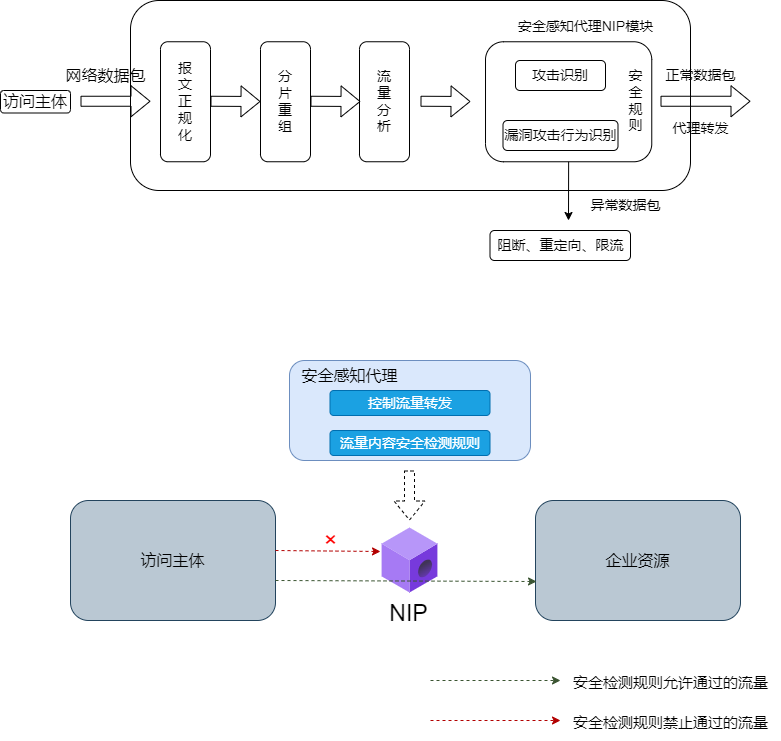
Earlier version of the draw.io export testDirectory/虚拟补丁.drawio.png (Moose1273/-). Source tidied: cells renumbered, new cells last; positions are measured from the earlier drawing's top-left corner, leaving out a move shared by most shapes. Its diagram source:
```xml
<mxGraphModel>
  <root>
    <mxCell id="0" />
    <mxCell id="1" parent="0" />
    <mxCell id="2" style="rounded=1;whiteSpace=wrap;html=1;" parent="1" vertex="1">
      <mxGeometry x="130" width="560" height="190" as="geometry" />
    </mxCell>
    <mxCell id="3" value="&lt;font style=&quot;font-size: 14px;&quot;&gt;报&lt;br&gt;文&lt;br&gt;正&lt;br&gt;规&lt;br&gt;化&lt;/font&gt;" style="rounded=1;whiteSpace=wrap;html=1;rotation=0;direction=north;" parent="1" vertex="1">
      <mxGeometry x="160" y="41.2" width="50" height="120" as="geometry" />
    </mxCell>
    <mxCell id="4" style="rounded=1;whiteSpace=wrap;html=1;rotation=90;" parent="1" vertex="1">
      <mxGeometry x="508.1" y="18.1" width="120" height="166.2" as="geometry" />
    </mxCell>
    <mxCell id="5" value="&lt;font style=&quot;font-size: 16px;&quot;&gt;访问主体&lt;/font&gt;" style="rounded=1;whiteSpace=wrap;html=1;" parent="1" vertex="1">
      <mxGeometry y="90" width="70" height="22.5" as="geometry" />
    </mxCell>
    <mxCell id="6" style="shape=flexArrow;endArrow=classic;html=1;rounded=0;fontSize=16;" parent="1" edge="1">
      <mxGeometry relative="1" as="geometry">
        <mxPoint x="80" y="100.8" as="sourcePoint" />
        <mxPoint x="150" y="100.8" as="targetPoint" />
      </mxGeometry>
    </mxCell>
    <mxCell id="7" value="网络数据包" style="text;html=1;align=center;verticalAlign=middle;strokeColor=none;fillColor=none;fontSize=16;" parent="1" vertex="1">
      <mxGeometry x="55" y="60" width="100" height="30" as="geometry" />
    </mxCell>
    <mxCell id="8" value="&lt;span style=&quot;font-size: 14px;&quot;&gt;分&lt;br&gt;片&lt;br&gt;重&lt;br&gt;组&lt;/span&gt;" style="rounded=1;whiteSpace=wrap;html=1;rotation=0;direction=north;" parent="1" vertex="1">
      <mxGeometry x="260" y="41.2" width="50" height="120" as="geometry" />
    </mxCell>
    <mxCell id="9" value="&lt;span style=&quot;font-size: 14px;&quot;&gt;流&lt;br&gt;量&lt;br&gt;分&lt;br&gt;析&lt;/span&gt;" style="rounded=1;whiteSpace=wrap;html=1;rotation=0;direction=north;" parent="1" vertex="1">
      <mxGeometry x="359" y="41.2" width="50" height="120" as="geometry" />
    </mxCell>
    <mxCell id="10" style="shape=flexArrow;endArrow=classic;html=1;rounded=0;fontSize=16;" parent="1" edge="1">
      <mxGeometry relative="1" as="geometry">
        <mxPoint x="210" y="100.8" as="sourcePoint" />
        <mxPoint x="260" y="101" as="targetPoint" />
      </mxGeometry>
    </mxCell>
    <mxCell id="11" style="shape=flexArrow;endArrow=classic;html=1;rounded=0;fontSize=16;" parent="1" edge="1">
      <mxGeometry relative="1" as="geometry">
        <mxPoint x="310" y="100.8" as="sourcePoint" />
        <mxPoint x="360" y="101" as="targetPoint" />
      </mxGeometry>
    </mxCell>
    <mxCell id="12" style="shape=flexArrow;endArrow=classic;html=1;rounded=0;fontSize=16;" parent="1" edge="1">
      <mxGeometry relative="1" as="geometry">
        <mxPoint x="420" y="100.8" as="sourcePoint" />
        <mxPoint x="470" y="101" as="targetPoint" />
      </mxGeometry>
    </mxCell>
    <mxCell id="13" value="攻击识别" style="rounded=1;whiteSpace=wrap;html=1;fontSize=14;" parent="1" vertex="1">
      <mxGeometry x="515" y="60" width="90" height="30" as="geometry" />
    </mxCell>
    <mxCell id="14" value="漏洞攻击行为识别" style="rounded=1;whiteSpace=wrap;html=1;fontSize=14;" parent="1" vertex="1">
      <mxGeometry x="502.5" y="120" width="115" height="30" as="geometry" />
    </mxCell>
    <mxCell id="15" style="endArrow=classic;html=1;rounded=0;fontSize=14;exitX=1;exitY=0.5;exitDx=0;exitDy=0;" parent="1" edge="1" source="4">
      <mxGeometry relative="1" as="geometry">
        <mxPoint x="568" y="220" as="targetPoint" />
      </mxGeometry>
    </mxCell>
    <mxCell id="16" value="安全感知代理NIP模块" style="text;html=1;align=center;verticalAlign=middle;strokeColor=none;fillColor=none;fontSize=14;" parent="1" vertex="1">
      <mxGeometry x="504.5" y="11.2" width="160" height="30" as="geometry" />
    </mxCell>
    <mxCell id="17" value="阻断、重定向、限流" style="rounded=1;whiteSpace=wrap;html=1;fontSize=14;" parent="1" vertex="1">
      <mxGeometry x="489.5" y="230" width="140.5" height="30" as="geometry" />
    </mxCell>
    <mxCell id="18" style="shape=flexArrow;endArrow=classic;html=1;rounded=0;fontSize=14;" parent="1" edge="1">
      <mxGeometry relative="1" as="geometry">
        <mxPoint x="660" y="100.8" as="sourcePoint" />
        <mxPoint x="750" y="100.8" as="targetPoint" />
      </mxGeometry>
    </mxCell>
    <mxCell id="19" value="代理转发" style="text;html=1;align=center;verticalAlign=middle;strokeColor=none;fillColor=none;fontSize=14;" parent="1" vertex="1">
      <mxGeometry x="660" y="112.5" width="80" height="30" as="geometry" />
    </mxCell>
    <mxCell id="20" value="正常数据包" style="text;html=1;align=center;verticalAlign=middle;strokeColor=none;fillColor=none;fontSize=14;" parent="1" vertex="1">
      <mxGeometry x="655" y="60" width="90" height="30" as="geometry" />
    </mxCell>
    <mxCell id="21" value="安&lt;br&gt;全&lt;br&gt;规&lt;br&gt;则" style="text;html=1;align=center;verticalAlign=middle;strokeColor=none;fillColor=none;fontSize=14;" parent="1" vertex="1">
      <mxGeometry x="615" y="60" width="40" height="80" as="geometry" />
    </mxCell>
    <mxCell id="22" style="rounded=1;whiteSpace=wrap;html=1;fontSize=14;fillColor=#dae8fc;strokeColor=#6c8ebf;" parent="1" vertex="1">
      <mxGeometry x="289" y="360" width="241" height="100" as="geometry" />
    </mxCell>
    <mxCell id="23" value="流量内容安全检测规则" style="rounded=1;whiteSpace=wrap;html=1;fontSize=14;fillColor=#1ba1e2;fontColor=#ffffff;strokeColor=#006EAF;" parent="1" vertex="1">
      <mxGeometry x="329.5" y="430" width="160" height="25" as="geometry" />
    </mxCell>
    <mxCell id="24" value="控制流量转发" style="rounded=1;whiteSpace=wrap;html=1;fontSize=14;fillColor=#1ba1e2;fontColor=#ffffff;strokeColor=#006EAF;" parent="1" vertex="1">
      <mxGeometry x="329.5" y="390" width="160" height="25" as="geometry" />
    </mxCell>
    <mxCell id="25" value="&lt;font style=&quot;font-size: 16px;&quot;&gt;安全感知代理&lt;/font&gt;" style="text;html=1;align=center;verticalAlign=middle;strokeColor=none;fillColor=none;fontSize=14;" parent="1" vertex="1">
      <mxGeometry x="289" y="360" width="120" height="30" as="geometry" />
    </mxCell>
    <mxCell id="26" value="访问主体" style="rounded=1;whiteSpace=wrap;html=1;fontSize=16;fillColor=#bac8d3;strokeColor=#23445d;" parent="1" vertex="1">
      <mxGeometry x="70" y="500" width="205" height="120" as="geometry" />
    </mxCell>
    <mxCell id="27" value="企业资源" style="rounded=1;whiteSpace=wrap;html=1;fontSize=16;fillColor=#bac8d3;strokeColor=#23445d;" parent="1" vertex="1">
      <mxGeometry x="535" y="500" width="205" height="120" as="geometry" />
    </mxCell>
    <mxCell id="28" style="html=1;align=center;image;fontSize=12;image=img/lib/azure2/blockchain/ABS_Member.svg;" parent="1" vertex="1">
      <mxGeometry x="381.5" y="527.5" width="56" height="65" as="geometry" />
    </mxCell>
    <mxCell id="29" style="endArrow=classic;html=1;rounded=0;fontSize=16;exitX=0.732;exitY=0.833;exitDx=0;exitDy=0;exitPerimeter=0;entryX=0.005;entryY=0.675;entryDx=0;entryDy=0;entryPerimeter=0;dashed=1;fillColor=#6d8764;strokeColor=#3A5431;" parent="1" edge="1" target="27">
      <mxGeometry relative="1" as="geometry">
        <mxPoint x="275" y="580" as="sourcePoint" />
      </mxGeometry>
    </mxCell>
    <mxCell id="30" style="endArrow=classic;html=1;rounded=0;fontSize=16;exitX=0.732;exitY=0.833;exitDx=0;exitDy=0;exitPerimeter=0;dashed=1;fillColor=#e51400;strokeColor=#B20000;" parent="1" edge="1">
      <mxGeometry relative="1" as="geometry">
        <mxPoint x="275" y="550" as="sourcePoint" />
        <mxPoint x="380" y="551" as="targetPoint" />
      </mxGeometry>
    </mxCell>
    <mxCell id="31" value="&lt;font color=&quot;#ff0000&quot; style=&quot;font-size: 23px;&quot;&gt;×&lt;/font&gt;" style="text;html=1;align=center;verticalAlign=middle;strokeColor=none;fillColor=none;fontSize=16;" parent="1" vertex="1">
      <mxGeometry x="310" y="520" width="40" height="40" as="geometry" />
    </mxCell>
    <mxCell id="32" value="&lt;font color=&quot;#000000&quot;&gt;NIP&lt;/font&gt;" style="text;html=1;align=center;verticalAlign=middle;strokeColor=none;fillColor=none;fontSize=23;fontColor=#FF0000;" parent="1" vertex="1">
      <mxGeometry x="377.5" y="592.5" width="60" height="40" as="geometry" />
    </mxCell>
    <mxCell id="33" style="shape=flexArrow;endArrow=classic;html=1;rounded=0;dashed=1;fontSize=23;fontColor=#000000;" parent="1" edge="1">
      <mxGeometry x="-0.6" y="10" relative="1" as="geometry">
        <mxPoint x="409" y="470" as="sourcePoint" />
        <mxPoint x="409" y="520" as="targetPoint" />
      </mxGeometry>
    </mxCell>
    <mxCell id="34" style="endArrow=classic;html=1;rounded=0;fontSize=16;exitX=0.732;exitY=0.833;exitDx=0;exitDy=0;exitPerimeter=0;dashed=1;fillColor=#6d8764;strokeColor=#3A5431;" parent="1" edge="1">
      <mxGeometry relative="1" as="geometry">
        <mxPoint x="430" y="680" as="sourcePoint" />
        <mxPoint x="560" y="680" as="targetPoint" />
      </mxGeometry>
    </mxCell>
    <mxCell id="35" style="endArrow=classic;html=1;rounded=0;fontSize=16;exitX=0.732;exitY=0.833;exitDx=0;exitDy=0;exitPerimeter=0;dashed=1;fillColor=#e51400;strokeColor=#B20000;" parent="1" edge="1">
      <mxGeometry relative="1" as="geometry">
        <mxPoint x="430" y="720" as="sourcePoint" />
        <mxPoint x="560" y="720" as="targetPoint" />
      </mxGeometry>
    </mxCell>
    <mxCell id="36" value="&lt;font style=&quot;font-size: 15px;&quot;&gt;安全检测规则允许通过的流量&lt;/font&gt;" style="text;html=1;align=center;verticalAlign=middle;strokeColor=none;fillColor=none;fontSize=23;fontColor=#000000;" parent="1" vertex="1">
      <mxGeometry x="560" y="660" width="220" height="40" as="geometry" />
    </mxCell>
    <mxCell id="37" value="&lt;font style=&quot;font-size: 15px;&quot;&gt;安全检测规则禁止通过的流量&lt;/font&gt;" style="text;html=1;align=center;verticalAlign=middle;strokeColor=none;fillColor=none;fontSize=23;fontColor=#000000;" parent="1" vertex="1">
      <mxGeometry x="560" y="700" width="220" height="40" as="geometry" />
    </mxCell>
    <mxCell id="38" value="异常数据包" style="text;html=1;align=center;verticalAlign=middle;strokeColor=none;fillColor=none;fontSize=14;" parent="1" vertex="1">
      <mxGeometry x="580" y="190" width="90" height="30" as="geometry" />
    </mxCell>
  </root>
</mxGraphModel>
```
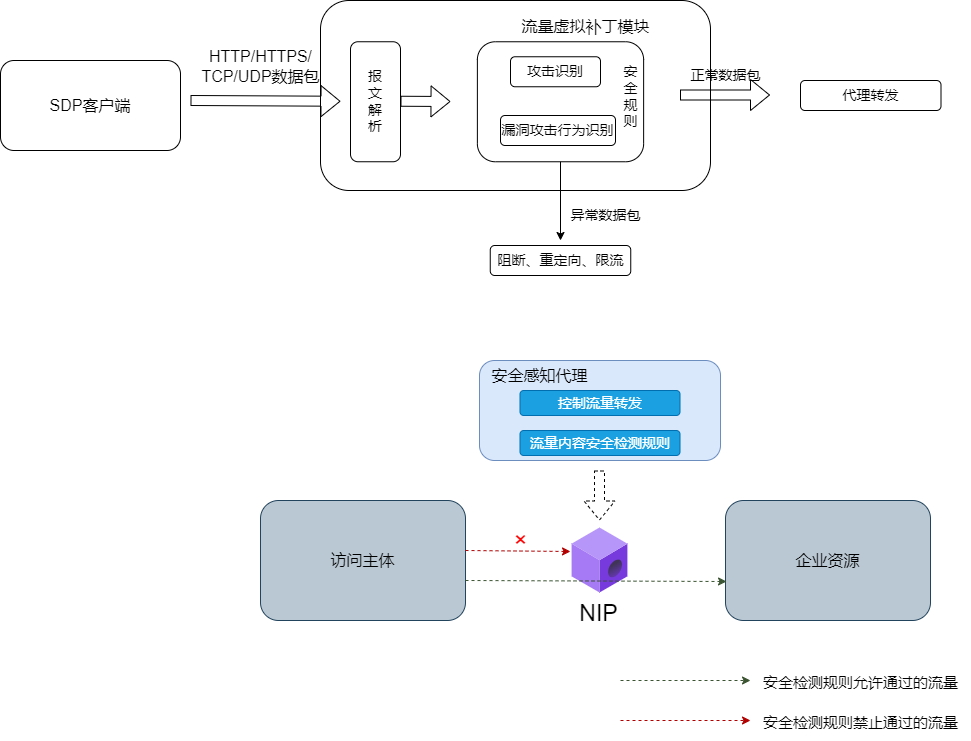
The same diagram one commit later.

Commit message:
更新虚拟补丁.drawio.png

Change to the diagram source:
```diff
@@ -3,81 +3,60 @@
     <mxCell id="0" />
     <mxCell id="1" parent="0" />
     <mxCell id="2" style="rounded=1;whiteSpace=wrap;html=1;" parent="1" vertex="1">
-      <mxGeometry x="130" width="560" height="190" as="geometry" />
+      <mxGeometry x="130" width="390" height="190" as="geometry" />
     </mxCell>
-    <mxCell id="3" value="&lt;font style=&quot;font-size: 14px;&quot;&gt;报&lt;br&gt;文&lt;br&gt;正&lt;br&gt;规&lt;br&gt;化&lt;/font&gt;" style="rounded=1;whiteSpace=wrap;html=1;rotation=0;direction=north;" parent="1" vertex="1">
+    <mxCell id="3" value="&lt;font style=&quot;font-size: 14px;&quot;&gt;报&lt;br&gt;文&lt;br&gt;解&lt;br&gt;析&lt;br&gt;&lt;/font&gt;" style="rounded=1;whiteSpace=wrap;html=1;rotation=0;direction=north;" parent="1" vertex="1">
       <mxGeometry x="160" y="41.2" width="50" height="120" as="geometry" />
     </mxCell>
     <mxCell id="4" style="rounded=1;whiteSpace=wrap;html=1;rotation=90;" parent="1" vertex="1">
-      <mxGeometry x="508.1" y="18.1" width="120" height="166.2" as="geometry" />
+      <mxGeometry x="310" y="18.1" width="120" height="166.2" as="geometry" />
     </mxCell>
-    <mxCell id="5" value="&lt;font style=&quot;font-size: 16px;&quot;&gt;访问主体&lt;/font&gt;" style="rounded=1;whiteSpace=wrap;html=1;" parent="1" vertex="1">
-      <mxGeometry y="90" width="70" height="22.5" as="geometry" />
+    <mxCell id="5" value="&lt;font style=&quot;font-size: 16px;&quot;&gt;SDP客户端&lt;/font&gt;" style="rounded=1;whiteSpace=wrap;html=1;" parent="1" vertex="1">
+      <mxGeometry x="-190" y="60" width="180" height="90" as="geometry" />
     </mxCell>
     <mxCell id="6" style="shape=flexArrow;endArrow=classic;html=1;rounded=0;fontSize=16;" parent="1" edge="1">
       <mxGeometry relative="1" as="geometry">
-        <mxPoint x="80" y="100.8" as="sourcePoint" />
+        <mxPoint y="100" as="sourcePoint" />
         <mxPoint x="150" y="100.8" as="targetPoint" />
       </mxGeometry>
     </mxCell>
-    <mxCell id="7" value="网络数据包" style="text;html=1;align=center;verticalAlign=middle;strokeColor=none;fillColor=none;fontSize=16;" parent="1" vertex="1">
-      <mxGeometry x="55" y="60" width="100" height="30" as="geometry" />
+    <mxCell id="7" value="HTTP/HTTPS/&lt;br&gt;TCP/UDP数据包" style="text;html=1;align=center;verticalAlign=middle;strokeColor=none;fillColor=none;fontSize=16;" parent="1" vertex="1">
+      <mxGeometry y="41.2" width="140" height="50" as="geometry" />
     </mxCell>
-    <mxCell id="8" value="&lt;span style=&quot;font-size: 14px;&quot;&gt;分&lt;br&gt;片&lt;br&gt;重&lt;br&gt;组&lt;/span&gt;" style="rounded=1;whiteSpace=wrap;html=1;rotation=0;direction=north;" parent="1" vertex="1">
-      <mxGeometry x="260" y="41.2" width="50" height="120" as="geometry" />
-    </mxCell>
-    <mxCell id="9" value="&lt;span style=&quot;font-size: 14px;&quot;&gt;流&lt;br&gt;量&lt;br&gt;分&lt;br&gt;析&lt;/span&gt;" style="rounded=1;whiteSpace=wrap;html=1;rotation=0;direction=north;" parent="1" vertex="1">
-      <mxGeometry x="359" y="41.2" width="50" height="120" as="geometry" />
-    </mxCell>
     <mxCell id="10" style="shape=flexArrow;endArrow=classic;html=1;rounded=0;fontSize=16;" parent="1" edge="1">
       <mxGeometry relative="1" as="geometry">
         <mxPoint x="210" y="100.8" as="sourcePoint" />
         <mxPoint x="260" y="101" as="targetPoint" />
       </mxGeometry>
     </mxCell>
-    <mxCell id="11" style="shape=flexArrow;endArrow=classic;html=1;rounded=0;fontSize=16;" parent="1" edge="1">
-      <mxGeometry relative="1" as="geometry">
-        <mxPoint x="310" y="100.8" as="sourcePoint" />
-        <mxPoint x="360" y="101" as="targetPoint" />
-      </mxGeometry>
-    </mxCell>
-    <mxCell id="12" style="shape=flexArrow;endArrow=classic;html=1;rounded=0;fontSize=16;" parent="1" edge="1">
-      <mxGeometry relative="1" as="geometry">
-        <mxPoint x="420" y="100.8" as="sourcePoint" />
-        <mxPoint x="470" y="101" as="targetPoint" />
-      </mxGeometry>
-    </mxCell>
     <mxCell id="13" value="攻击识别" style="rounded=1;whiteSpace=wrap;html=1;fontSize=14;" parent="1" vertex="1">
-      <mxGeometry x="515" y="60" width="90" height="30" as="geometry" />
+      <mxGeometry x="320" y="56.3" width="90" height="30" as="geometry" />
     </mxCell>
     <mxCell id="14" value="漏洞攻击行为识别" style="rounded=1;whiteSpace=wrap;html=1;fontSize=14;" parent="1" vertex="1">
-      <mxGeometry x="502.5" y="120" width="115" height="30" as="geometry" />
+      <mxGeometry x="310" y="115" width="115" height="30" as="geometry" />
     </mxCell>
     <mxCell id="15" style="endArrow=classic;html=1;rounded=0;fontSize=14;exitX=1;exitY=0.5;exitDx=0;exitDy=0;" parent="1" edge="1" source="4">
       <mxGeometry relative="1" as="geometry">
-        <mxPoint x="568" y="220" as="targetPoint" />
+        <mxPoint x="370" y="240" as="targetPoint" />
       </mxGeometry>
     </mxCell>
-    <mxCell id="16" value="安全感知代理NIP模块" style="text;html=1;align=center;verticalAlign=middle;strokeColor=none;fillColor=none;fontSize=14;" parent="1" vertex="1">
-      <mxGeometry x="504.5" y="11.2" width="160" height="30" as="geometry" />
+    <mxCell id="16" value="&lt;font style=&quot;font-size: 16px;&quot;&gt;流量虚拟补丁模块&lt;/font&gt;" style="text;html=1;align=center;verticalAlign=middle;strokeColor=none;fillColor=none;fontSize=14;" parent="1" vertex="1">
+      <mxGeometry x="320" y="11.2" width="150" height="30" as="geometry" />
     </mxCell>
     <mxCell id="17" value="阻断、重定向、限流" style="rounded=1;whiteSpace=wrap;html=1;fontSize=14;" parent="1" vertex="1">
-      <mxGeometry x="489.5" y="230" width="140.5" height="30" as="geometry" />
+      <mxGeometry x="299.8" y="245" width="140.5" height="30" as="geometry" />
     </mxCell>
     <mxCell id="18" style="shape=flexArrow;endArrow=classic;html=1;rounded=0;fontSize=14;" parent="1" edge="1">
       <mxGeometry relative="1" as="geometry">
-        <mxPoint x="660" y="100.8" as="sourcePoint" />
-        <mxPoint x="750" y="100.8" as="targetPoint" />
+        <mxPoint x="489.5" y="94.5" as="sourcePoint" />
+        <mxPoint x="579.5" y="94.5" as="targetPoint" />
       </mxGeometry>
     </mxCell>
-    <mxCell id="19" value="代理转发" style="text;html=1;align=center;verticalAlign=middle;strokeColor=none;fillColor=none;fontSize=14;" parent="1" vertex="1">
-      <mxGeometry x="660" y="112.5" width="80" height="30" as="geometry" />
-    </mxCell>
     <mxCell id="20" value="正常数据包" style="text;html=1;align=center;verticalAlign=middle;strokeColor=none;fillColor=none;fontSize=14;" parent="1" vertex="1">
-      <mxGeometry x="655" y="60" width="90" height="30" as="geometry" />
+      <mxGeometry x="490" y="60" width="90" height="30" as="geometry" />
     </mxCell>
     <mxCell id="21" value="安&lt;br&gt;全&lt;br&gt;规&lt;br&gt;则" style="text;html=1;align=center;verticalAlign=middle;strokeColor=none;fillColor=none;fontSize=14;" parent="1" vertex="1">
-      <mxGeometry x="615" y="60" width="40" height="80" as="geometry" />
+      <mxGeometry x="420" y="56.3" width="40" height="80" as="geometry" />
     </mxCell>
     <mxCell id="22" style="rounded=1;whiteSpace=wrap;html=1;fontSize=14;fillColor=#dae8fc;strokeColor=#6c8ebf;" parent="1" vertex="1">
       <mxGeometry x="289" y="360" width="241" height="100" as="geometry" />
@@ -142,7 +121,10 @@
       <mxGeometry x="560" y="700" width="220" height="40" as="geometry" />
     </mxCell>
     <mxCell id="38" value="异常数据包" style="text;html=1;align=center;verticalAlign=middle;strokeColor=none;fillColor=none;fontSize=14;" parent="1" vertex="1">
-      <mxGeometry x="580" y="190" width="90" height="30" as="geometry" />
+      <mxGeometry x="370" y="200" width="90" height="30" as="geometry" />
     </mxCell>
+    <mxCell id="19" value="代理转发" style="rounded=1;whiteSpace=wrap;html=1;fontSize=14;" parent="1" vertex="1">
+      <mxGeometry x="610" y="80" width="140.5" height="30" as="geometry" />
+    </mxCell>
   </root>
 </mxGraphModel>
```
